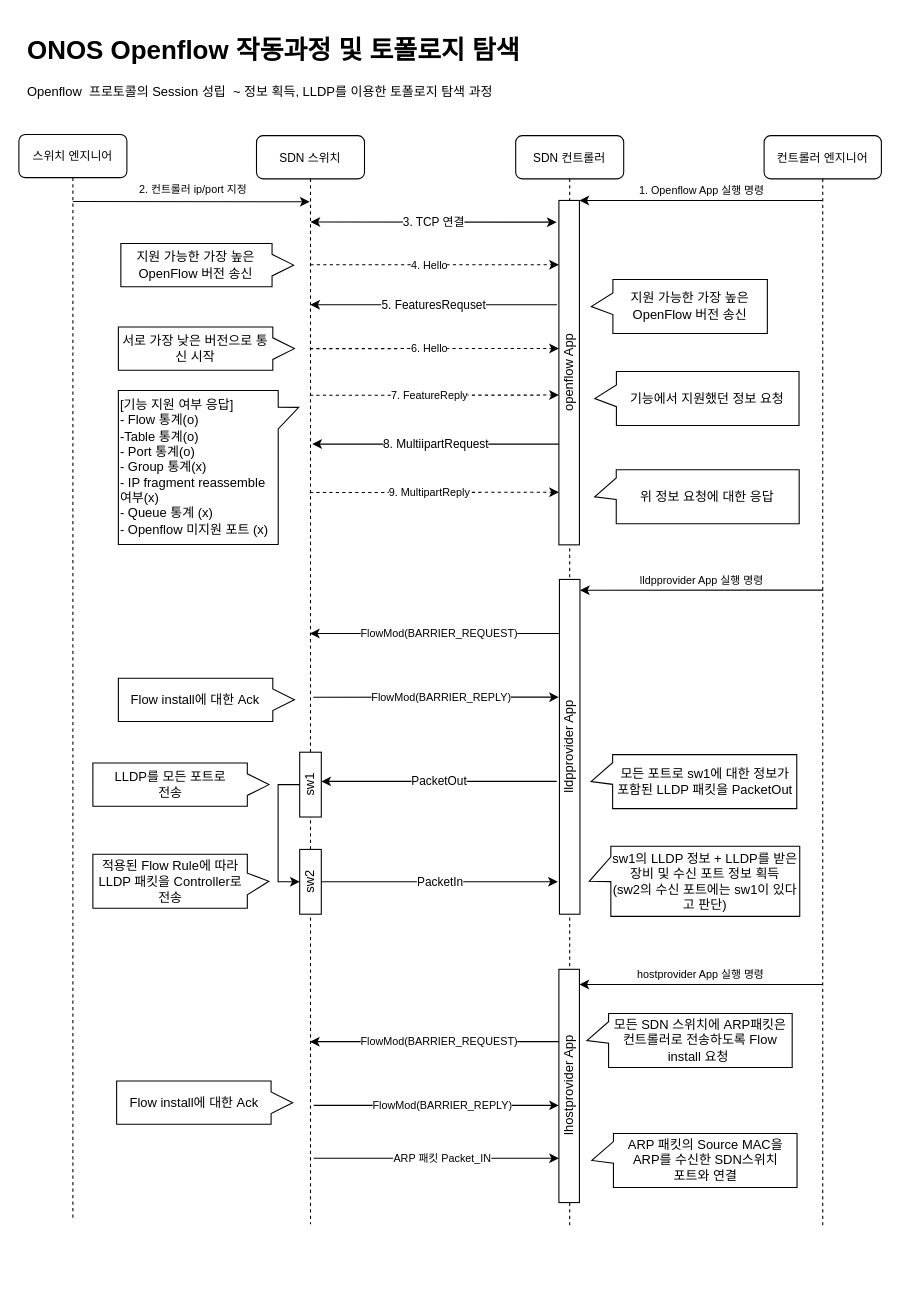
The draw.io diagram page "요약" (2 of 6) of ONOS OpenFlow initial.drawio in gameLoading/blank__-, before the edit. Source tidied: cells renumbered, new cells numbered last; positions are measured from the earlier drawing's top-left corner, leaving out a move shared by most shapes. Both pictures are drawn from the tidied source at 108%, with x=0, y=0 at pixel (18, 29).
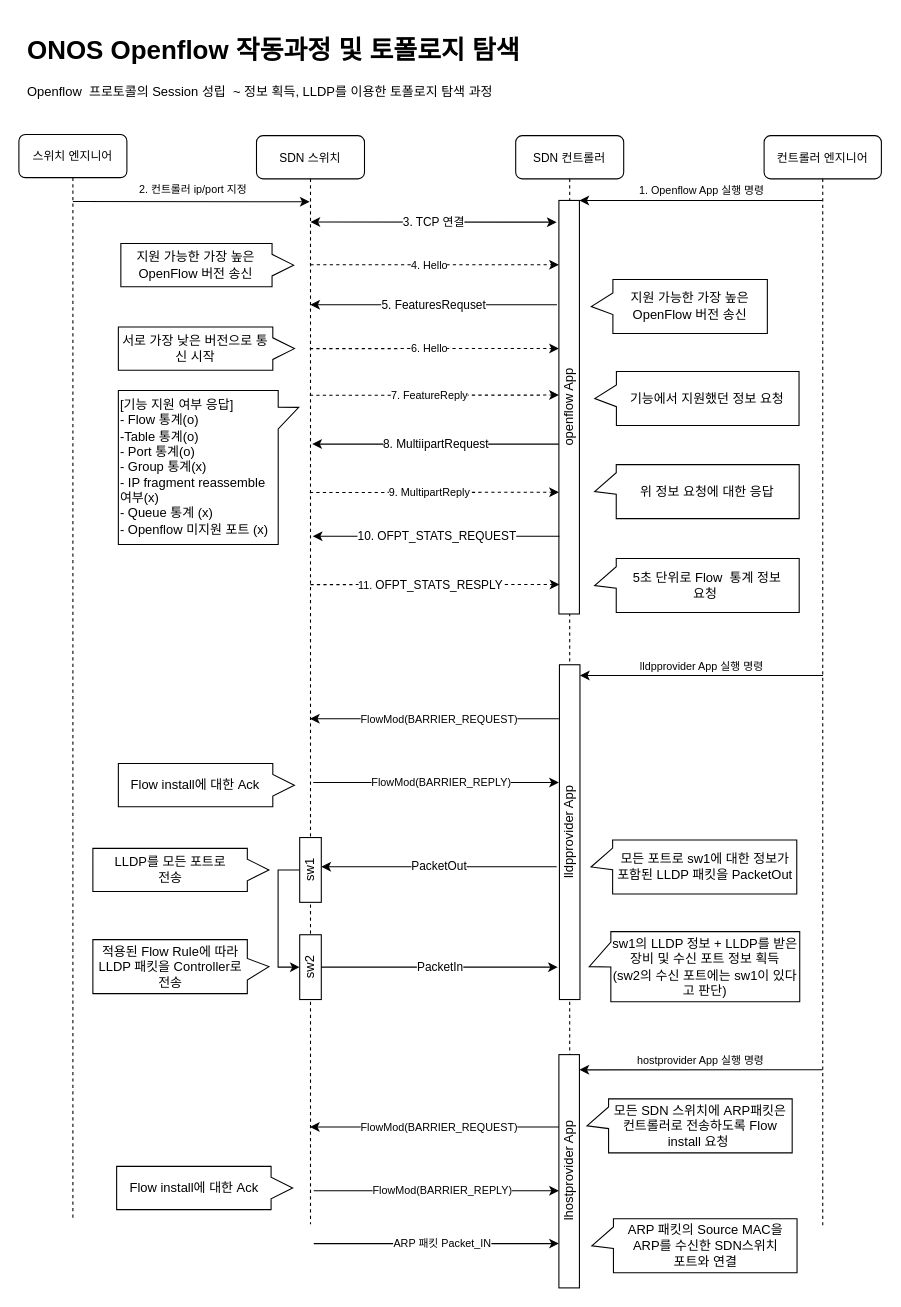
The same page after the edit.

The change refers to these unchanged cells:
```xml
<mxCell id="3" value="SDN 스위치" style="shape=umlLifeline;perimeter=lifelinePerimeter;shadow=0;strokeWidth=1;rounded=1;fontSize=11;" parent="1" vertex="1">
  <mxGeometry x="220" y="98.1" width="100" height="1007.9" as="geometry" />
</mxCell>
```

What changed in the source:
```diff
@@
     <mxCell id="4" value="sw2" style="rounded=0;whiteSpace=wrap;html=1;shadow=0;align=center;horizontal=0;" parent="3" vertex="1">
-      <mxGeometry x="40" y="660.9" width="20" height="60" as="geometry" />
+      <mxGeometry x="40" y="739.9" width="20" height="60" as="geometry" />
     </mxCell>
@@
     <mxCell id="8" value="openflow App" style="whiteSpace=wrap;html=1;rounded=0;glass=0;horizontal=0;align=center;arcSize=24;" parent="1" vertex="1">
-      <mxGeometry x="500" y="158.1" width="19" height="318.9" as="geometry" />
+      <mxGeometry x="500" y="158.1" width="19" height="382.9" as="geometry" />
     </mxCell>
@@
     <mxCell id="21" value="위 정보 요청에 대한 응답" style="shape=callout;whiteSpace=wrap;html=1;perimeter=calloutPerimeter;rounded=0;shadow=0;align=center;size=20;position=0.15;rotation=90;verticalAlign=middle;horizontal=0;base=20;" parent="1" vertex="1">
-      <mxGeometry x="602.8" y="337.8" width="50" height="189.4" as="geometry" />
+      <mxGeometry x="602.8" y="333" width="50" height="189.4" as="geometry" />
     </mxCell>
     <mxCell id="22" value="lldpprovider App" style="whiteSpace=wrap;html=1;rounded=0;glass=0;horizontal=0;align=center;arcSize=24;" parent="1" vertex="1">
-      <mxGeometry x="500.5" y="509" width="19" height="310" as="geometry" />
+      <mxGeometry x="500.5" y="588" width="19" height="310" as="geometry" />
     </mxCell>
     <mxCell id="23" value="lldpprovider App 실행 명령" style="endArrow=classic;html=1;curved=1;entryX=1;entryY=0;entryDx=0;entryDy=0;fontSize=10;" parent="1" edge="1">
       <mxGeometry y="-9" relative="1" as="geometry">
-        <mxPoint x="744.6" y="518.9" as="sourcePoint" />
-        <mxPoint x="519.5" y="519" as="targetPoint" />
+        <mxPoint x="744.6" y="597.9" as="sourcePoint" />
+        <mxPoint x="519.5" y="598" as="targetPoint" />
       </mxGeometry>
     </mxCell>
     <mxCell id="24" value="FlowMod(BARRIER_REQUEST)" style="endArrow=classic;html=1;curved=1;entryX=1;entryY=0;entryDx=0;entryDy=0;fontSize=10;" parent="1" edge="1">
       <mxGeometry x="-0.04" relative="1" as="geometry">
-        <mxPoint x="500" y="559" as="sourcePoint" />
-        <mxPoint x="269.5" y="559" as="targetPoint" />
+        <mxPoint x="500" y="638" as="sourcePoint" />
+        <mxPoint x="269.5" y="638" as="targetPoint" />
       </mxGeometry>
     </mxCell>
     <mxCell id="25" value="FlowMod(BARRIER_REPLY)" style="endArrow=classic;html=1;curved=1;fontSize=10;exitX=0.525;exitY=0.734;exitDx=0;exitDy=0;exitPerimeter=0;" parent="1" edge="1">
       <mxGeometry x="0.05" relative="1" as="geometry">
-        <mxPoint x="272.5" y="618.1" as="sourcePoint" />
-        <mxPoint x="500" y="618" as="targetPoint" />
+        <mxPoint x="272.5" y="697.1" as="sourcePoint" />
+        <mxPoint x="500" y="697" as="targetPoint" />
       </mxGeometry>
     </mxCell>
     <mxCell id="26" value="모든 SDN 스위치에 ARP패킷은 컨트롤러로 전송하도록 Flow install 요청&amp;nbsp;" style="shape=callout;whiteSpace=wrap;html=1;perimeter=calloutPerimeter;rounded=0;shadow=0;align=center;size=20;position=0.15;rotation=90;verticalAlign=middle;horizontal=0;base=20;" parent="1" vertex="1">
-      <mxGeometry x="596" y="841" width="50" height="190" as="geometry" />
+      <mxGeometry x="596" y="920" width="50" height="190" as="geometry" />
     </mxCell>
     <mxCell id="27" value="Flow install에 대한 Ack" style="shape=callout;html=1;perimeter=calloutPerimeter;rounded=0;shadow=0;align=center;size=20;position=0.25;rotation=90;verticalAlign=middle;horizontal=0;whiteSpace=wrap;direction=east;flipV=1;flipH=1;" parent="1" vertex="1">
-      <mxGeometry x="153.6" y="539" width="40" height="163" as="geometry" />
+      <mxGeometry x="153.6" y="618" width="40" height="163" as="geometry" />
     </mxCell>
     <mxCell id="28" value="모든 포트로 sw1에 대한 정보가 포함된 LLDP 패킷을 PacketOut" style="shape=callout;whiteSpace=wrap;html=1;perimeter=calloutPerimeter;rounded=0;shadow=0;align=center;size=20;position=0.15;rotation=90;verticalAlign=middle;horizontal=0;base=20;" parent="1" vertex="1">
-      <mxGeometry x="600" y="601" width="50" height="190.5" as="geometry" />
+      <mxGeometry x="600" y="680" width="50" height="190.5" as="geometry" />
     </mxCell>
     <mxCell id="29" value="LLDP를 모든 포트로 &lt;br&gt;전송" style="shape=callout;html=1;perimeter=calloutPerimeter;rounded=0;shadow=0;align=center;size=20;position=0.25;rotation=90;verticalAlign=middle;horizontal=0;whiteSpace=wrap;direction=east;flipV=1;flipH=1;" parent="1" vertex="1">
-      <mxGeometry x="130" y="617.5" width="40" height="163" as="geometry" />
+      <mxGeometry x="130" y="696.5" width="40" height="163" as="geometry" />
     </mxCell>
     <mxCell id="30" style="edgeStyle=orthogonalEdgeStyle;rounded=0;jettySize=auto;html=1;entryX=0;entryY=0.5;entryDx=0;entryDy=0;" parent="1" edge="1" source="31" target="4">
       <mxGeometry relative="1" as="geometry">
         <Array as="points">
-          <mxPoint x="240" y="699" />
-          <mxPoint x="240" y="789" />
+          <mxPoint x="240" y="778" />
+          <mxPoint x="240" y="868" />
         </Array>
       </mxGeometry>
     </mxCell>
     <mxCell id="31" value="sw1" style="rounded=0;whiteSpace=wrap;html=1;shadow=0;align=center;horizontal=0;" parent="1" vertex="1">
-      <mxGeometry x="260" y="669" width="20" height="60" as="geometry" />
+      <mxGeometry x="260" y="748" width="20" height="60" as="geometry" />
     </mxCell>
     <mxCell id="32" value="PacketOut" style="endArrow=classic;html=1;" parent="1" edge="1">
       <mxGeometry relative="1" as="geometry">
-        <mxPoint x="498" y="696" as="sourcePoint" />
-        <mxPoint x="280" y="696" as="targetPoint" />
+        <mxPoint x="498" y="775" as="sourcePoint" />
+        <mxPoint x="280" y="775" as="targetPoint" />
       </mxGeometry>
     </mxCell>
     <mxCell id="33" value="적용된 Flow Rule에 따라 LLDP 패킷을 Controller로 전송" style="shape=callout;html=1;perimeter=calloutPerimeter;rounded=0;shadow=0;align=center;size=20;position=0.25;rotation=90;verticalAlign=middle;horizontal=0;whiteSpace=wrap;direction=east;flipV=1;flipH=1;" parent="1" vertex="1">
-      <mxGeometry x="125" y="707" width="50" height="163" as="geometry" />
+      <mxGeometry x="125" y="786" width="50" height="163" as="geometry" />
     </mxCell>
     <mxCell id="34" value="PacketIn" style="edgeStyle=orthogonalEdgeStyle;rounded=0;jettySize=auto;html=1;" parent="1" edge="1" source="4">
       <mxGeometry relative="1" as="geometry">
-        <mxPoint x="499" y="789" as="targetPoint" />
+        <mxPoint x="499" y="868" as="targetPoint" />
         <Array as="points">
-          <mxPoint x="499" y="789" />
+          <mxPoint x="499" y="868" />
         </Array>
       </mxGeometry>
     </mxCell>
     <mxCell id="35" value="sw1의 LLDP 정보 + LLDP를 받은 장비 및 수신 포트 정보 획득&lt;br&gt;(sw2의 수신 포트에는 sw1이 있다고 판단)" style="shape=callout;whiteSpace=wrap;html=1;perimeter=calloutPerimeter;rounded=0;shadow=0;align=center;size=20;position=0.15;rotation=90;verticalAlign=middle;horizontal=0;base=23;" parent="1" vertex="1">
-      <mxGeometry x="593.1" y="691.1" width="64.9" height="194.9" as="geometry" />
+      <mxGeometry x="593.1" y="770.1" width="64.9" height="194.9" as="geometry" />
     </mxCell>
@@
     <mxCell id="38" value="lhostprovider App" style="whiteSpace=wrap;html=1;rounded=0;glass=0;horizontal=0;align=center;arcSize=24;" parent="1" vertex="1">
-      <mxGeometry x="500" y="870" width="19" height="216" as="geometry" />
+      <mxGeometry x="500" y="949" width="19" height="216" as="geometry" />
     </mxCell>
     <mxCell id="39" value="hostprovider App 실행 명령" style="endArrow=classic;html=1;curved=1;entryX=1;entryY=0;entryDx=0;entryDy=0;fontSize=10;" parent="1" edge="1">
       <mxGeometry y="-9" relative="1" as="geometry">
-        <mxPoint x="744.1" y="884" as="sourcePoint" />
-        <mxPoint x="519" y="884.1" as="targetPoint" />
+        <mxPoint x="744.1" y="963" as="sourcePoint" />
+        <mxPoint x="519" y="963.1" as="targetPoint" />
       </mxGeometry>
     </mxCell>
     <mxCell id="40" value="FlowMod(BARRIER_REQUEST)" style="endArrow=classic;html=1;curved=1;entryX=1;entryY=0;entryDx=0;entryDy=0;fontSize=10;" parent="1" edge="1">
       <mxGeometry x="-0.04" relative="1" as="geometry">
-        <mxPoint x="500" y="937" as="sourcePoint" />
-        <mxPoint x="269.5" y="937" as="targetPoint" />
+        <mxPoint x="500" y="1016" as="sourcePoint" />
+        <mxPoint x="269.5" y="1016" as="targetPoint" />
       </mxGeometry>
     </mxCell>
     <mxCell id="41" value="FlowMod(BARRIER_REPLY)" style="endArrow=classic;html=1;curved=1;fontSize=10;" parent="1" edge="1">
       <mxGeometry x="0.05" relative="1" as="geometry">
-        <mxPoint x="273" y="996" as="sourcePoint" />
-        <mxPoint x="500" y="996" as="targetPoint" />
+        <mxPoint x="273" y="1075" as="sourcePoint" />
+        <mxPoint x="500" y="1075" as="targetPoint" />
       </mxGeometry>
     </mxCell>
     <mxCell id="42" value="Flow install에 대한 Ack" style="shape=callout;html=1;perimeter=calloutPerimeter;rounded=0;shadow=0;align=center;size=20;position=0.25;rotation=90;verticalAlign=middle;horizontal=0;whiteSpace=wrap;direction=east;flipV=1;flipH=1;" parent="1" vertex="1">
-      <mxGeometry x="152" y="912" width="40" height="163" as="geometry" />
+      <mxGeometry x="152" y="991" width="40" height="163" as="geometry" />
     </mxCell>
     <mxCell id="43" value="ARP 패킷 Packet_IN" style="endArrow=classic;html=1;curved=1;fontSize=10;" parent="1" edge="1">
       <mxGeometry x="0.05" relative="1" as="geometry">
-        <mxPoint x="273" y="1045" as="sourcePoint" />
-        <mxPoint x="500" y="1045" as="targetPoint" />
+        <mxPoint x="273" y="1124" as="sourcePoint" />
+        <mxPoint x="500" y="1124" as="targetPoint" />
       </mxGeometry>
     </mxCell>
     <mxCell id="44" value="ARP 패킷의 Source MAC을 ARP를 수신한 SDN스위치 &lt;br&gt;포트와 연결" style="shape=callout;whiteSpace=wrap;html=1;perimeter=calloutPerimeter;rounded=0;shadow=0;align=center;size=20;position=0.15;rotation=90;verticalAlign=middle;horizontal=0;base=20;" parent="1" vertex="1">
-      <mxGeometry x="600.5" y="952" width="50" height="190" as="geometry" />
+      <mxGeometry x="600.5" y="1031" width="50" height="190" as="geometry" />
     </mxCell>
+    <mxCell id="45" value="10. OFPT_STATS_REQUEST" style="endArrow=classic;html=1;exitX=-0.094;exitY=0.435;exitDx=0;exitDy=0;exitPerimeter=0;" parent="1" edge="1">
+      <mxGeometry relative="1" as="geometry">
+        <mxPoint x="500.5" y="469" as="sourcePoint" />
+        <mxPoint x="272.1" y="469" as="targetPoint" />
+      </mxGeometry>
+    </mxCell>
+    <mxCell id="46" value="11.&amp;nbsp;&lt;span style=&quot;font-size: 11px&quot;&gt;OFPT_STATS_RESPLY&lt;/span&gt;" style="endArrow=classic;html=1;dashed=1;fontSize=10;entryX=-0.022;entryY=0.526;entryDx=0;entryDy=0;entryPerimeter=0;" parent="1" edge="1">
+      <mxGeometry x="-0.04" relative="1" as="geometry">
+        <mxPoint x="269.9" y="513.8" as="sourcePoint" />
+        <mxPoint x="500.5" y="513.7" as="targetPoint" />
+      </mxGeometry>
+    </mxCell>
+    <mxCell id="47" value="5초 단위로 Flow&amp;nbsp; 통계 정보 &lt;br&gt;요청&amp;nbsp;" style="shape=callout;whiteSpace=wrap;html=1;perimeter=calloutPerimeter;rounded=0;shadow=0;align=center;size=20;position=0.15;rotation=90;verticalAlign=middle;horizontal=0;base=20;" parent="1" vertex="1">
+      <mxGeometry x="602.8" y="420" width="50" height="189.4" as="geometry" />
+    </mxCell>
```
